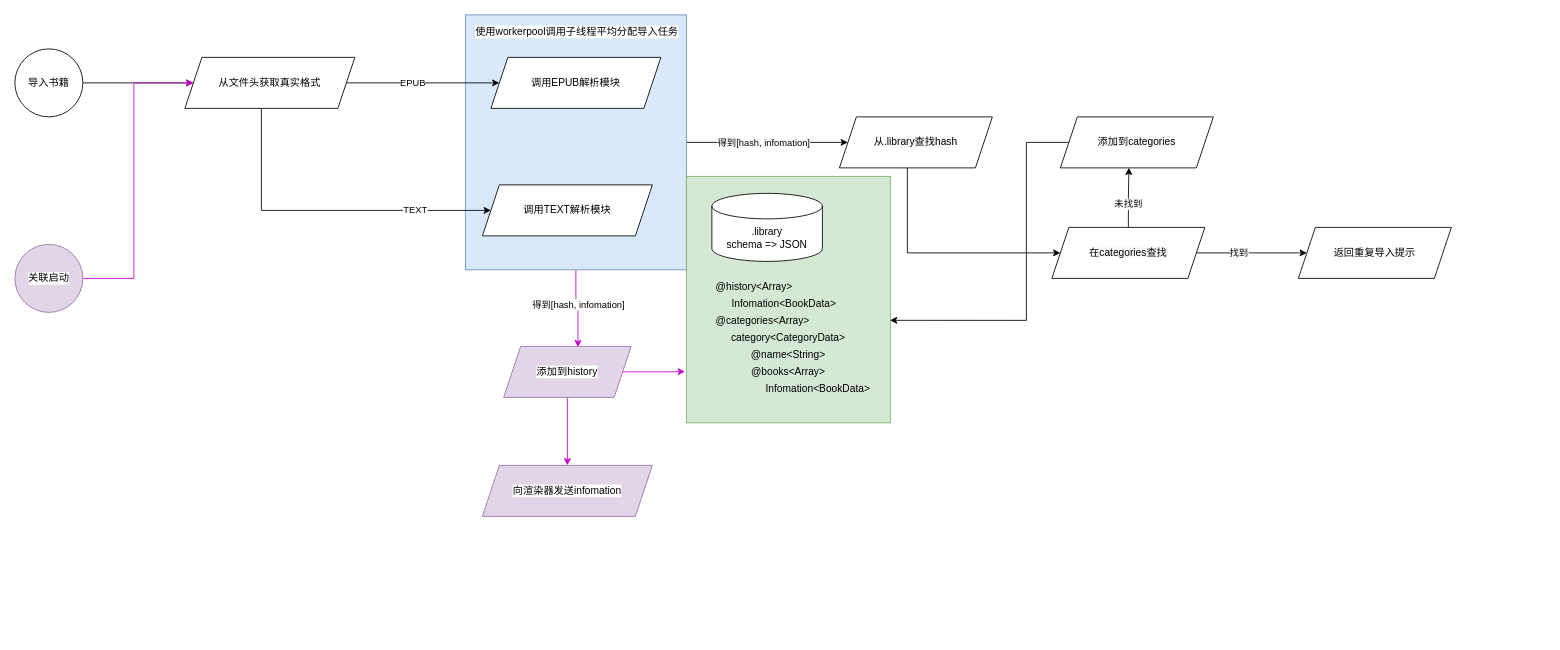
nsplup/aReader keeps this draw.io diagram as page "Main" (1 of 4) of blueprint/Process.drawio. Above is the earlier version. Source tidied: cells renumbered, new cells numbered last; positions are measured from the earlier drawing's top-left corner, leaving out a move shared by most shapes. Both pictures are drawn from the tidied source at 85%, with x=0, y=0 at pixel (14, 14).
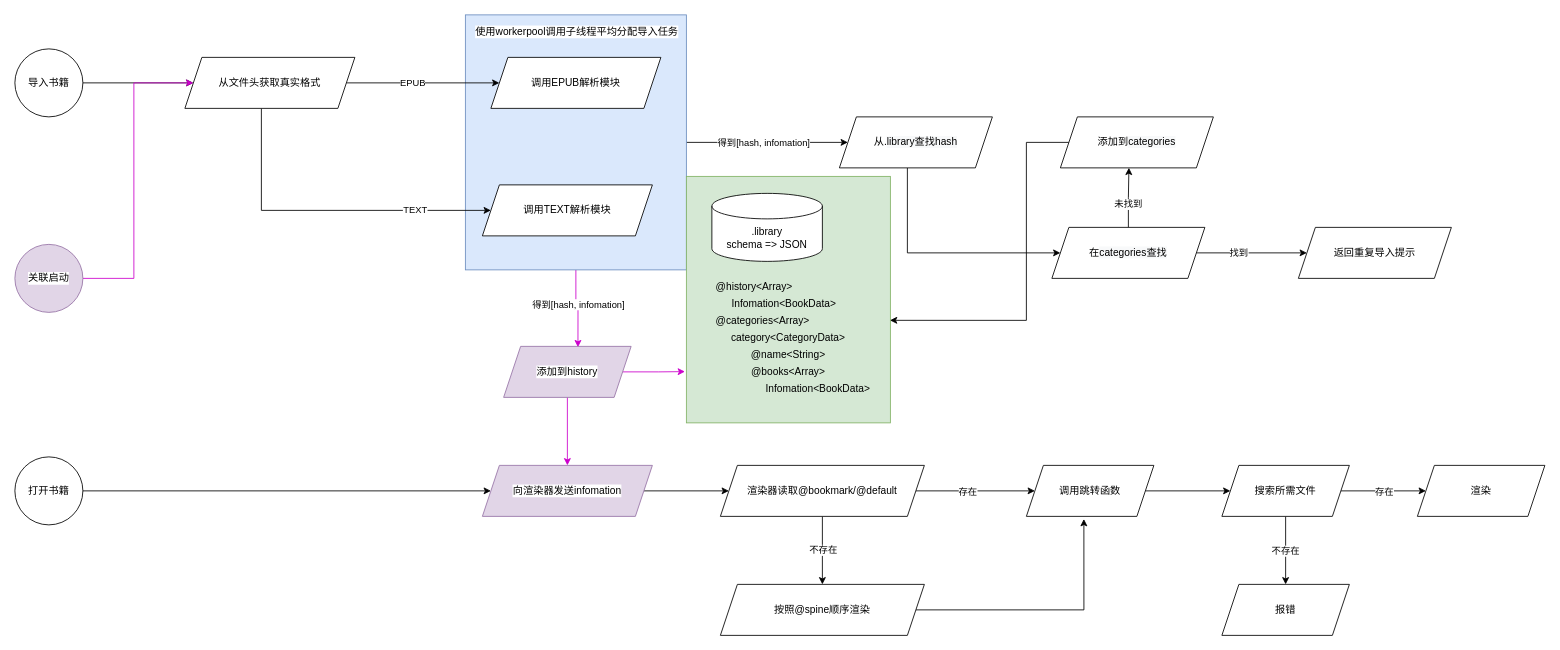
The same diagram, later.

Unchanged cells that the change refers to:
```xml
<mxCell id="41" value="向渲染器发送infomation" style="shape=parallelogram;perimeter=parallelogramPerimeter;whiteSpace=wrap;html=1;fixedSize=1;labelBackgroundColor=#FFFFFF;align=center;fillColor=#e1d5e7;strokeColor=#9673a6;" parent="1" vertex="1">
  <mxGeometry x="550" y="530" width="200" height="60" as="geometry" />
</mxCell>
```

The edit, as a diff of the source:
```diff
@@
+    <mxCell id="42" style="edgeStyle=orthogonalEdgeStyle;rounded=0;jettySize=auto;html=1;strokeColor=#000000;" parent="1" edge="1" source="41" target="49">
+      <mxGeometry relative="1" as="geometry" />
+    </mxCell>
@@
+    <mxCell id="43" style="edgeStyle=orthogonalEdgeStyle;rounded=0;jettySize=auto;html=1;entryX=0;entryY=0.5;entryDx=0;entryDy=0;" parent="1" edge="1" source="44" target="41">
+      <mxGeometry relative="1" as="geometry" />
+    </mxCell>
+    <mxCell id="44" value="打开书籍" style="ellipse;whiteSpace=wrap;html=1;labelBackgroundColor=#FFFFFF;align=center;" parent="1" vertex="1">
+      <mxGeometry y="520" width="80" height="80" as="geometry" />
+    </mxCell>
+    <mxCell id="45" style="edgeStyle=orthogonalEdgeStyle;rounded=0;jettySize=auto;html=1;strokeColor=#000000;" parent="1" edge="1" source="49" target="51">
+      <mxGeometry relative="1" as="geometry" />
+    </mxCell>
+    <mxCell id="46" value="存在" style="edgeLabel;html=1;align=center;verticalAlign=middle;" parent="45" vertex="1">
+      <mxGeometry x="-0.27" y="2" relative="1" as="geometry">
+        <mxPoint x="9.2" y="2" as="offset" />
+      </mxGeometry>
+    </mxCell>
+    <mxCell id="47" style="edgeStyle=orthogonalEdgeStyle;rounded=0;jettySize=auto;html=1;strokeColor=#000000;" parent="1" edge="1" source="49" target="53">
+      <mxGeometry relative="1" as="geometry" />
+    </mxCell>
+    <mxCell id="48" value="不存在" style="edgeLabel;html=1;align=center;verticalAlign=middle;" parent="47" vertex="1">
+      <mxGeometry x="0.16" y="-3" relative="1" as="geometry">
+        <mxPoint x="3" y="-6.9" as="offset" />
+      </mxGeometry>
+    </mxCell>
+    <mxCell id="49" value="渲染器读取@bookmark/@default" style="shape=parallelogram;perimeter=parallelogramPerimeter;whiteSpace=wrap;html=1;fixedSize=1;labelBackgroundColor=#FFFFFF;align=center;" parent="1" vertex="1">
+      <mxGeometry x="830" y="530" width="240" height="60" as="geometry" />
+    </mxCell>
+    <mxCell id="50" style="edgeStyle=orthogonalEdgeStyle;rounded=0;jettySize=auto;html=1;strokeColor=#000000;" parent="1" edge="1" source="51" target="58">
+      <mxGeometry relative="1" as="geometry" />
+    </mxCell>
+    <mxCell id="51" value="调用跳转函数" style="shape=parallelogram;perimeter=parallelogramPerimeter;whiteSpace=wrap;html=1;fixedSize=1;labelBackgroundColor=#FFFFFF;align=center;" parent="1" vertex="1">
+      <mxGeometry x="1190" y="530" width="150" height="60" as="geometry" />
+    </mxCell>
+    <mxCell id="52" style="edgeStyle=orthogonalEdgeStyle;rounded=0;jettySize=auto;html=1;entryX=0.451;entryY=1.052;entryDx=0;entryDy=0;entryPerimeter=0;strokeColor=#000000;" parent="1" edge="1" source="53" target="51">
+      <mxGeometry relative="1" as="geometry" />
+    </mxCell>
+    <mxCell id="53" value="按照@spine顺序渲染" style="shape=parallelogram;perimeter=parallelogramPerimeter;whiteSpace=wrap;html=1;fixedSize=1;labelBackgroundColor=#FFFFFF;align=center;" parent="1" vertex="1">
+      <mxGeometry x="830" y="670" width="240" height="60" as="geometry" />
+    </mxCell>
+    <mxCell id="54" style="edgeStyle=orthogonalEdgeStyle;rounded=0;jettySize=auto;html=1;strokeColor=#000000;" parent="1" edge="1" source="58" target="59">
+      <mxGeometry relative="1" as="geometry" />
+    </mxCell>
+    <mxCell id="55" value="存在" style="edgeLabel;html=1;align=center;verticalAlign=middle;" parent="54" vertex="1">
+      <mxGeometry x="-0.31" relative="1" as="geometry">
+        <mxPoint x="15.6" as="offset" />
+      </mxGeometry>
+    </mxCell>
+    <mxCell id="56" style="edgeStyle=orthogonalEdgeStyle;rounded=0;jettySize=auto;html=1;strokeColor=#000000;" parent="1" edge="1" source="58" target="60">
+      <mxGeometry relative="1" as="geometry" />
+    </mxCell>
+    <mxCell id="57" value="不存在" style="edgeLabel;html=1;align=center;verticalAlign=middle;" parent="56" vertex="1">
+      <mxGeometry x="0.14" y="-1" relative="1" as="geometry">
+        <mxPoint y="-5.7" as="offset" />
+      </mxGeometry>
+    </mxCell>
+    <mxCell id="58" value="搜索所需文件" style="shape=parallelogram;perimeter=parallelogramPerimeter;whiteSpace=wrap;html=1;fixedSize=1;labelBackgroundColor=#FFFFFF;align=center;" parent="1" vertex="1">
+      <mxGeometry x="1420" y="530" width="150" height="60" as="geometry" />
+    </mxCell>
+    <mxCell id="59" value="渲染" style="shape=parallelogram;perimeter=parallelogramPerimeter;whiteSpace=wrap;html=1;fixedSize=1;labelBackgroundColor=#FFFFFF;align=center;" parent="1" vertex="1">
+      <mxGeometry x="1650" y="530" width="150" height="60" as="geometry" />
+    </mxCell>
+    <mxCell id="60" value="报错" style="shape=parallelogram;perimeter=parallelogramPerimeter;whiteSpace=wrap;html=1;fixedSize=1;labelBackgroundColor=#FFFFFF;align=center;" parent="1" vertex="1">
+      <mxGeometry x="1420" y="670" width="150" height="60" as="geometry" />
+    </mxCell>
```
